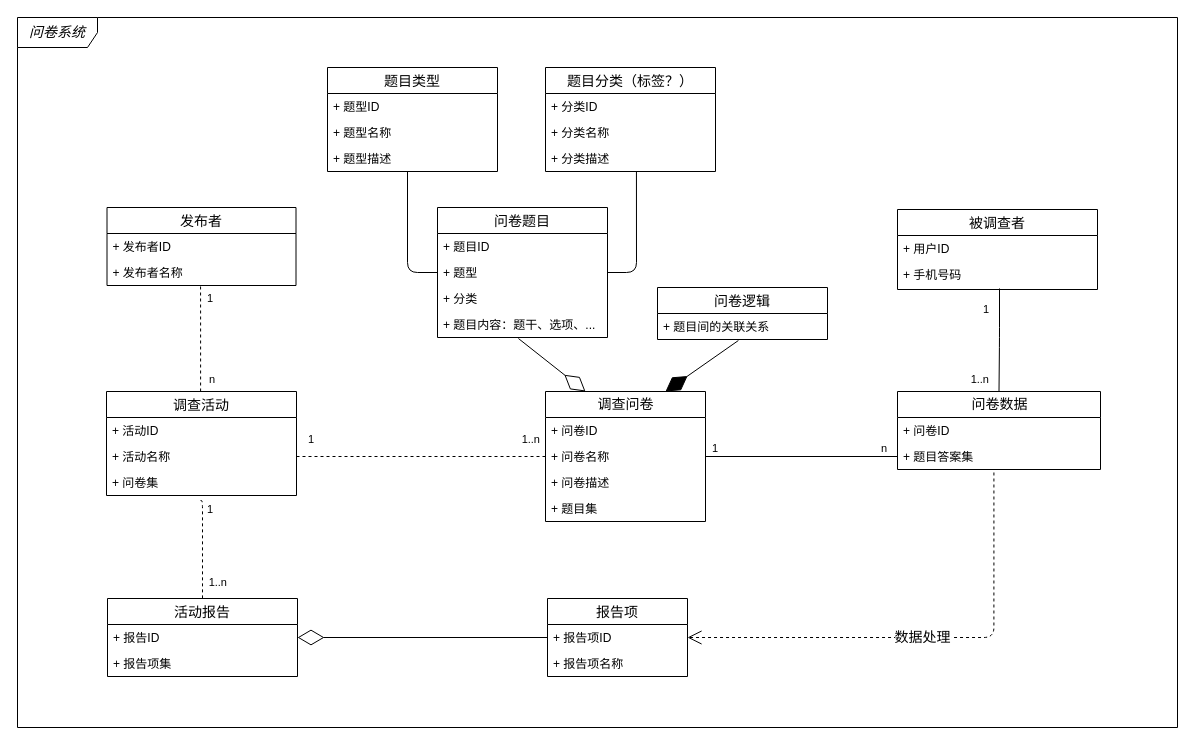
This is 教育部问卷系统 Diagram.drawio from TinlerLin/nd.exercises, a draw.io file, before an edit. Source tidied: cells renumbered, new cells numbered last; positions are measured from the earlier drawing's top-left corner, leaving out a move shared by most shapes. Both pictures are drawn from the tidied source at 100%, with x=0, y=0 at pixel (17, 17).
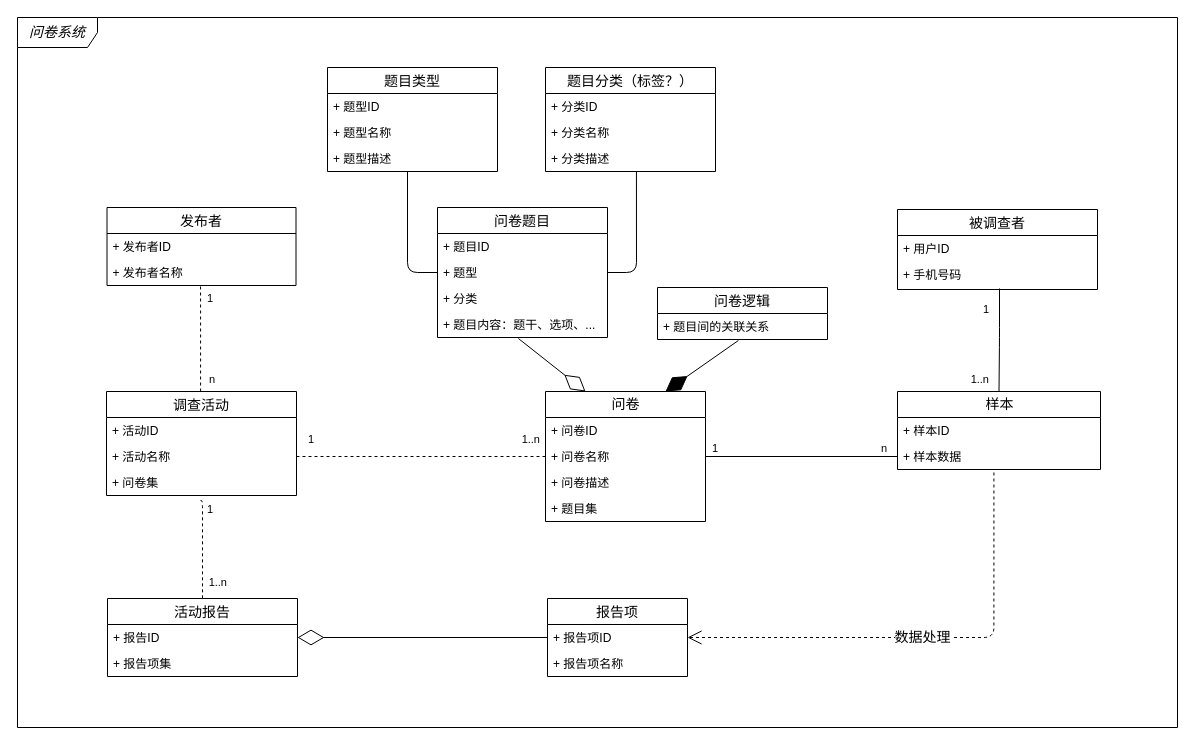
Above is the later version.

Commit message:
Update 教育部问卷系统 Diagram.drawio

Change to the diagram source:
```diff
@@
-    <mxCell id="3" value="&lt;div style=&quot;line-height: 1.75 ; text-align: left&quot;&gt;&lt;font style=&quot;font-size: 14px&quot;&gt;调查问卷&lt;/font&gt;&lt;/div&gt;" style="swimlane;html=1;fontStyle=0;horizontal=1;startSize=26;fillColor=none;swimlaneFillColor=#ffffff;rounded=0;shadow=0;comic=0;labelBackgroundColor=none;strokeWidth=1;fontFamily=Verdana;fontSize=10;align=center;" parent="1" vertex="1">
+    <mxCell id="3" value="&lt;div style=&quot;line-height: 1.75 ; text-align: left&quot;&gt;&lt;font style=&quot;font-size: 14px&quot;&gt;问卷&lt;/font&gt;&lt;/div&gt;" style="swimlane;html=1;fontStyle=0;horizontal=1;startSize=26;fillColor=none;swimlaneFillColor=#ffffff;rounded=0;shadow=0;comic=0;labelBackgroundColor=none;strokeWidth=1;fontFamily=Verdana;fontSize=10;align=center;" parent="1" vertex="1">
       <mxGeometry x="528" y="374" width="160" height="130" as="geometry" />
     </mxCell>
@@
-    <mxCell id="20" value="&lt;div style=&quot;line-height: 1.75 ; text-align: left&quot;&gt;&lt;span style=&quot;font-size: 14px&quot;&gt;问卷数据&lt;/span&gt;&lt;/div&gt;" style="swimlane;html=1;fontStyle=0;horizontal=1;startSize=26;fillColor=none;swimlaneFillColor=#ffffff;rounded=0;shadow=0;comic=0;labelBackgroundColor=none;strokeWidth=1;fontFamily=Verdana;fontSize=10;align=center;" parent="1" vertex="1">
+    <mxCell id="20" value="&lt;div style=&quot;line-height: 1.75 ; text-align: left&quot;&gt;&lt;span style=&quot;font-size: 14px&quot;&gt;样本&lt;/span&gt;&lt;/div&gt;" style="swimlane;html=1;fontStyle=0;horizontal=1;startSize=26;fillColor=none;swimlaneFillColor=#ffffff;rounded=0;shadow=0;comic=0;labelBackgroundColor=none;strokeWidth=1;fontFamily=Verdana;fontSize=10;align=center;" parent="1" vertex="1">
       <mxGeometry x="880" y="374" width="203" height="78" as="geometry" />
     </mxCell>
-    <mxCell id="21" value="+ 问卷ID" style="text;html=1;strokeColor=none;fillColor=none;align=left;verticalAlign=top;spacingLeft=4;spacingRight=4;whiteSpace=wrap;overflow=hidden;" parent="20" vertex="1">
+    <mxCell id="21" value="+ 样本ID" style="text;html=1;strokeColor=none;fillColor=none;align=left;verticalAlign=top;spacingLeft=4;spacingRight=4;whiteSpace=wrap;overflow=hidden;" parent="20" vertex="1">
       <mxGeometry y="26" width="203" height="26" as="geometry" />
     </mxCell>
-    <mxCell id="22" value="+ 题目答案集" style="text;html=1;strokeColor=none;fillColor=none;align=left;verticalAlign=top;spacingLeft=4;spacingRight=4;whiteSpace=wrap;overflow=hidden;points=[[0,0.5],[1,0.5]];portConstraint=eastwest;" parent="20" vertex="1">
+    <mxCell id="22" value="+ 样本数据" style="text;html=1;strokeColor=none;fillColor=none;align=left;verticalAlign=top;spacingLeft=4;spacingRight=4;whiteSpace=wrap;overflow=hidden;points=[[0,0.5],[1,0.5]];portConstraint=eastwest;" parent="20" vertex="1">
       <mxGeometry y="52" width="203" height="26" as="geometry" />
     </mxCell>
```
